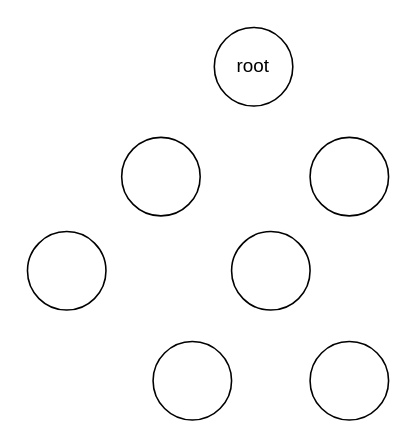
Before: 未命名绘图.drawio in jeremy8551/DrawIO_Store, a draw.io diagram. Source tidied: cells renumbered, new cells numbered last; positions are measured from the earlier drawing's top-left corner, leaving out a move shared by most shapes. Both pictures are drawn from the tidied source at 157%, with x=0, y=0 at pixel (27, 27).
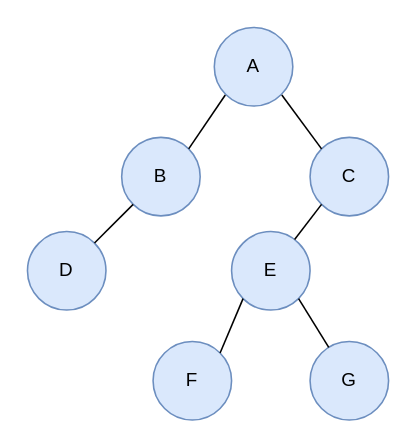
After the change.

Commit message:
更新未命名绘图.drawio

What changed in the source:
```diff
@@
 <mxGraphModel>
   <root>
     <mxCell id="0" />
     <mxCell id="1" parent="0" />
-    <mxCell id="2" value="root" style="ellipse;whiteSpace=wrap;html=1;direction=west;" parent="1" vertex="1">
+    <mxCell id="2" value="A" style="ellipse;whiteSpace=wrap;html=1;direction=west;fillColor=#dae8fc;strokeColor=#6c8ebf;points=[[0,0.5,0,0,0],[0.14,0.14,0,0,0],[0.14,0.86,0,0,0],[0.5,0,0,0,0],[0.5,1,0,0,0],[0.86,0.14,0,0,0],[0.86,0.86,0,0,0],[1,0.5,0,0,0]];" parent="1" vertex="1">
       <mxGeometry x="119" width="50" height="50" as="geometry" />
     </mxCell>
-    <mxCell id="3" style="ellipse;whiteSpace=wrap;html=1;" parent="1" vertex="1">
+    <mxCell id="3" value="B" style="ellipse;whiteSpace=wrap;html=1;fillColor=#dae8fc;strokeColor=#6c8ebf;" parent="1" vertex="1">
       <mxGeometry x="60" y="70" width="50" height="50" as="geometry" />
     </mxCell>
-    <mxCell id="4" style="ellipse;whiteSpace=wrap;html=1;" parent="1" vertex="1">
+    <mxCell id="4" value="C" style="ellipse;whiteSpace=wrap;html=1;fillColor=#dae8fc;strokeColor=#6c8ebf;" parent="1" vertex="1">
       <mxGeometry x="180" y="70" width="50" height="50" as="geometry" />
     </mxCell>
-    <mxCell id="5" style="ellipse;whiteSpace=wrap;html=1;" parent="1" vertex="1">
+    <mxCell id="5" value="D" style="ellipse;whiteSpace=wrap;html=1;fillColor=#dae8fc;strokeColor=#6c8ebf;" parent="1" vertex="1">
       <mxGeometry y="130" width="50" height="50" as="geometry" />
     </mxCell>
-    <mxCell id="6" style="ellipse;whiteSpace=wrap;html=1;" parent="1" vertex="1">
+    <mxCell id="6" value="E" style="ellipse;whiteSpace=wrap;html=1;fillColor=#dae8fc;strokeColor=#6c8ebf;" parent="1" vertex="1">
       <mxGeometry x="130" y="130" width="50" height="50" as="geometry" />
     </mxCell>
-    <mxCell id="7" style="ellipse;whiteSpace=wrap;html=1;" parent="1" vertex="1">
+    <mxCell id="7" value="F" style="ellipse;whiteSpace=wrap;html=1;fillColor=#dae8fc;strokeColor=#6c8ebf;" parent="1" vertex="1">
       <mxGeometry x="80" y="200" width="50" height="50" as="geometry" />
     </mxCell>
-    <mxCell id="8" style="ellipse;whiteSpace=wrap;html=1;" parent="1" vertex="1">
+    <mxCell id="8" value="G" style="ellipse;whiteSpace=wrap;html=1;fillColor=#dae8fc;strokeColor=#6c8ebf;" parent="1" vertex="1">
       <mxGeometry x="180" y="200" width="50" height="50" as="geometry" />
     </mxCell>
+    <mxCell id="9" style="endArrow=none;html=1;rounded=0;entryX=0.86;entryY=0.14;entryDx=0;entryDy=0;entryPerimeter=0;exitX=1;exitY=0;exitDx=0;exitDy=0;" parent="1" edge="1" source="3" target="2">
+      <mxGeometry relative="1" as="geometry" />
+    </mxCell>
+    <mxCell id="10" style="endArrow=none;html=1;rounded=0;entryX=0.14;entryY=0.14;entryDx=0;entryDy=0;entryPerimeter=0;exitX=0;exitY=0;exitDx=0;exitDy=0;" parent="1" edge="1" source="4" target="2">
+      <mxGeometry relative="1" as="geometry" />
+    </mxCell>
+    <mxCell id="11" style="endArrow=none;html=1;rounded=0;entryX=0;entryY=1;entryDx=0;entryDy=0;exitX=1;exitY=0;exitDx=0;exitDy=0;" parent="1" edge="1" source="5" target="3">
+      <mxGeometry relative="1" as="geometry" />
+    </mxCell>
+    <mxCell id="12" style="endArrow=none;html=1;rounded=0;entryX=0;entryY=1;entryDx=0;entryDy=0;" parent="1" edge="1" source="6" target="4">
+      <mxGeometry relative="1" as="geometry" />
+    </mxCell>
+    <mxCell id="13" style="endArrow=none;html=1;rounded=0;entryX=0;entryY=1;entryDx=0;entryDy=0;exitX=1;exitY=0;exitDx=0;exitDy=0;" parent="1" edge="1" source="7" target="6">
+      <mxGeometry relative="1" as="geometry" />
+    </mxCell>
+    <mxCell id="14" style="endArrow=none;html=1;rounded=0;entryX=1;entryY=1;entryDx=0;entryDy=0;" parent="1" edge="1" source="8" target="6">
+      <mxGeometry relative="1" as="geometry" />
+    </mxCell>
   </root>
 </mxGraphModel>
```
